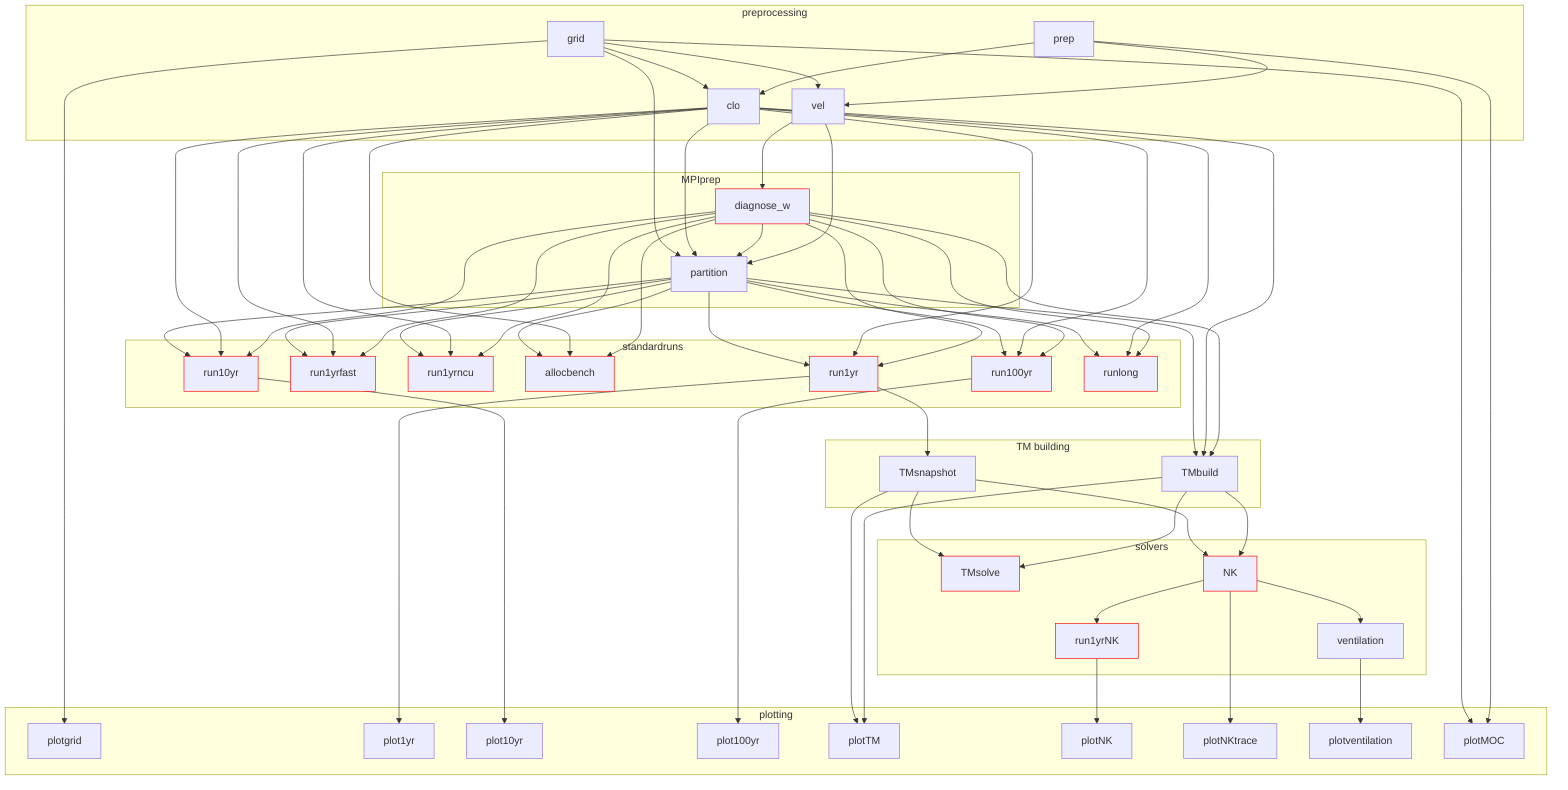
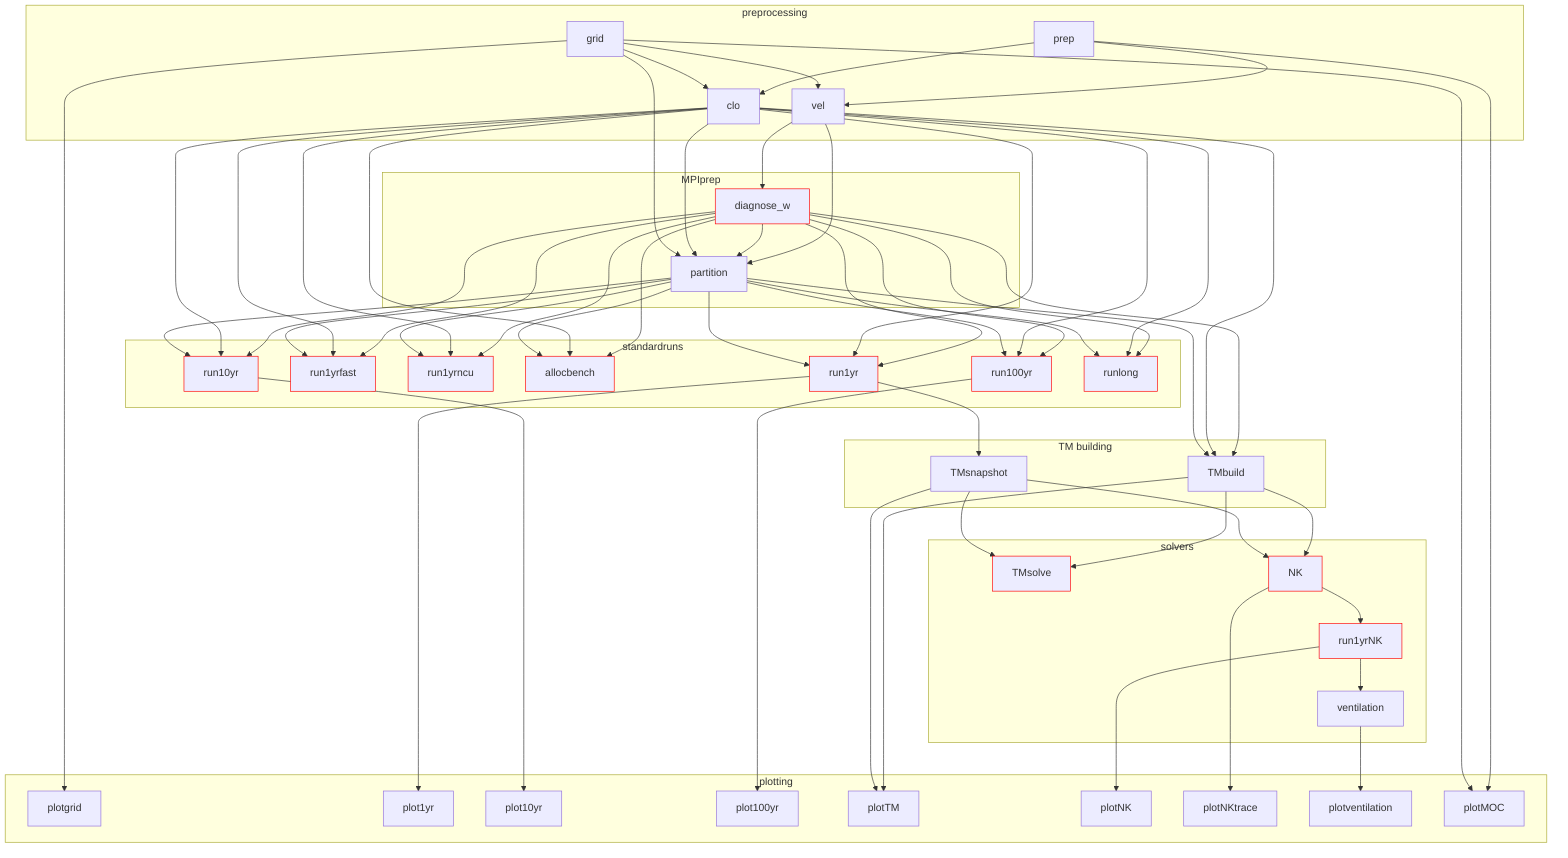
---
config:
  flowchart:
    curve: basis
---
graph TD
    classDef gpu stroke:#f00;
    subgraph preprocessing
        prep & grid & vel & clo
    end
    subgraph MPIprep
        diagnose_w:::gpu & partition
    end
    subgraph standardruns
        run1yr:::gpu & run1yrfast:::gpu & run1yrncu:::gpu & allocbench:::gpu & run10yr:::gpu & run100yr:::gpu & runlong:::gpu
    end
    subgraph TM building
        TMbuild & TMsnapshot
    end
    subgraph solvers
        TMsolve:::gpu & NK:::gpu & run1yrNK:::gpu & ventilation
    end
    subgraph plotting
        plotgrid & plot1yr & plot10yr & plot100yr & plotTM & plotNK & plotNKtrace & plotventilation & plotMOC
    end
    prep & grid --> vel & clo
    vel --> diagnose_w
    vel & diagnose_w & clo & grid --> partition
    diagnose_w & clo --> run1yr & run1yrfast & run1yrncu & allocbench & run10yr & run100yr & runlong & TMbuild
    partition --> run1yr & run1yrfast & run1yrncu & allocbench & run10yr & run100yr & runlong & TMbuild
    run1yr --> TMsnapshot & plot1yr
    run10yr --> plot10yr
    run100yr --> plot100yr
    TMbuild & TMsnapshot --> TMsolve & NK & plotTM
-     NK --> run1yrNK & plotNKtrace & ventilation
-     run1yrNK --> plotNK
+     NK --> run1yrNK & plotNKtrace
+     run1yrNK --> plotNK & ventilation
    ventilation --> plotventilation
    grid --> plotgrid
    prep & grid --> plotMOC
